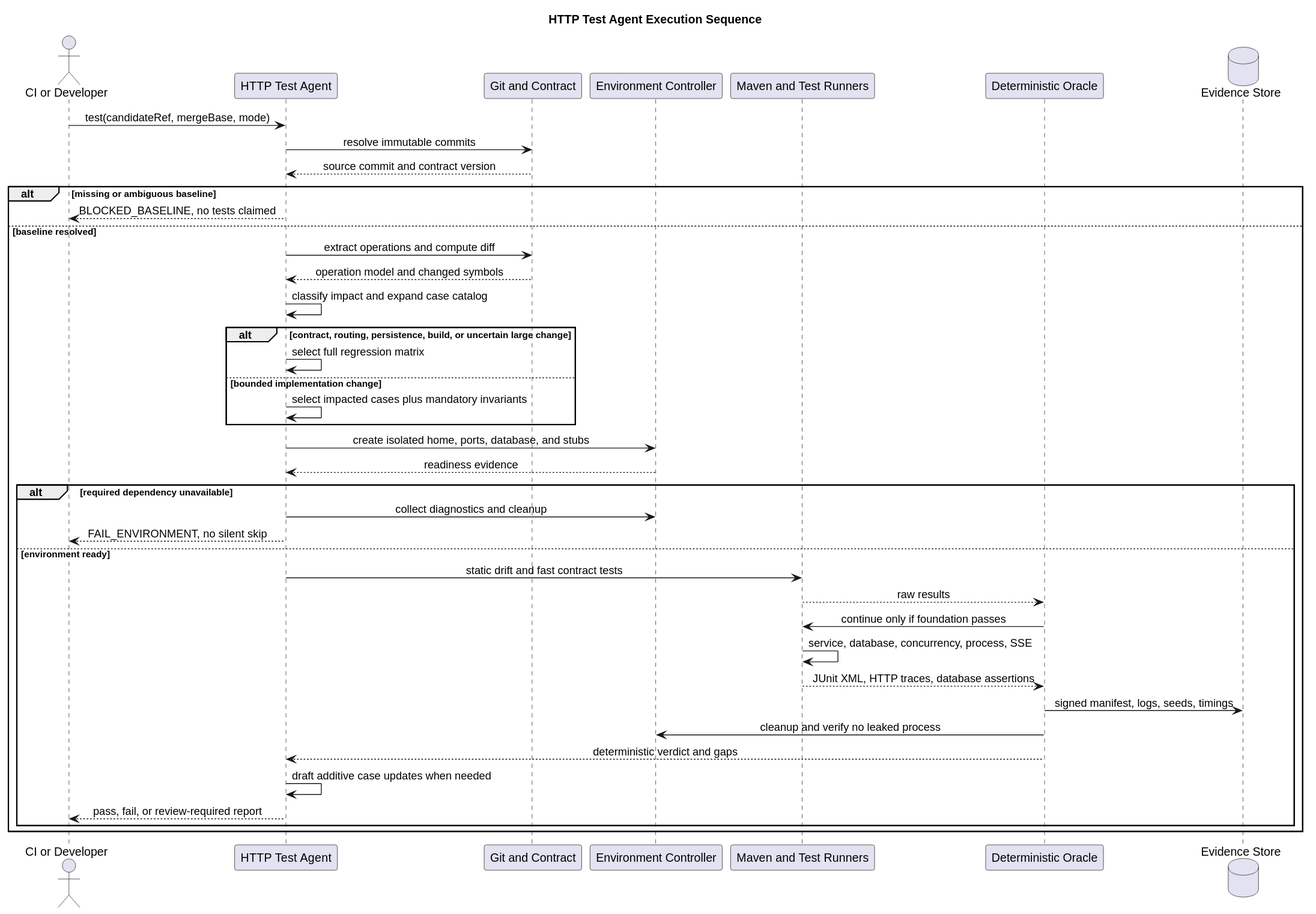
Earlier version of the PlantUML export 02-服务与接口/04-Runtime-HTTP测试Agent/http_test_execution_sequence.svg (ssm0808/pi-mono-java-design).
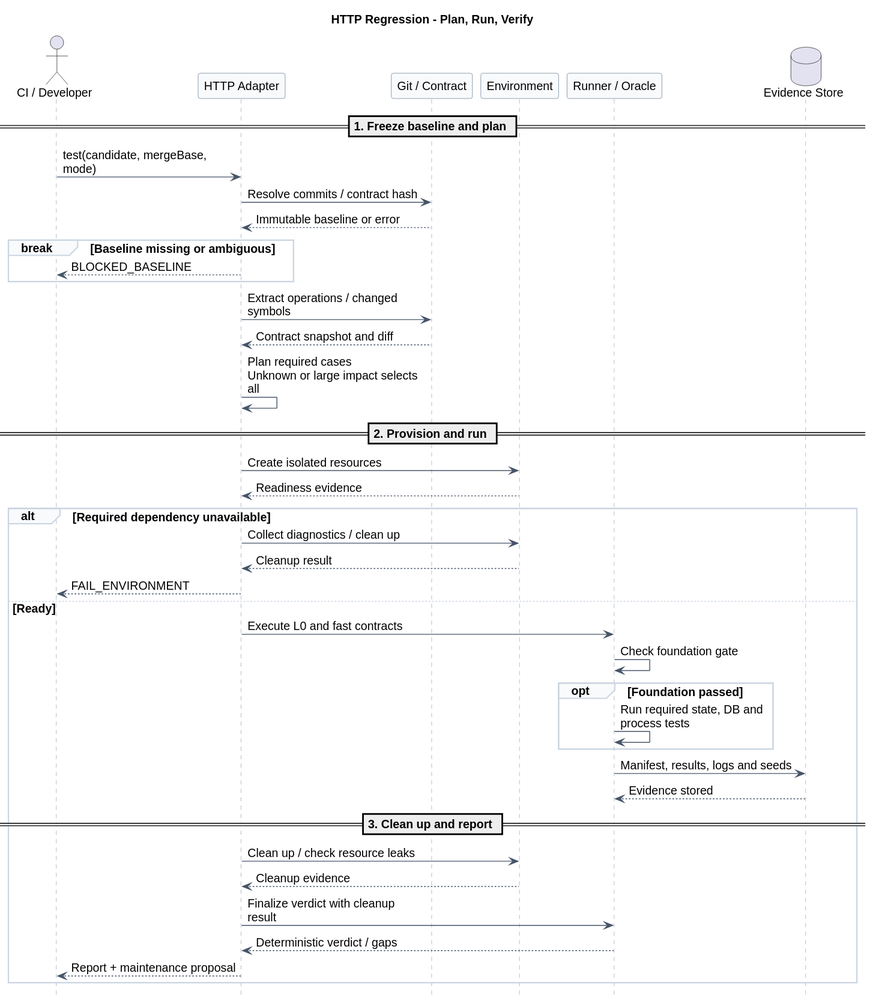
Above is the later version.

The edit, as a diff of the source:
```diff
@@ -1,51 +1,60 @@
 @startuml
-title HTTP Test Agent Execution Sequence
 
+skinparam backgroundColor white
+skinparam shadowing false
+skinparam defaultFontName Arial
+skinparam defaultFontSize 14
+skinparam ArrowColor #475569
+hide footbox
+skinparam maxMessageSize 210
+skinparam sequenceMessageAlign left
+skinparam sequence {
+  ParticipantBackgroundColor #F8FAFC
+  ParticipantBorderColor #64748B
+  LifeLineBorderColor #94A3B8
+  GroupBorderColor #CBD5E1
+  GroupBackgroundColor #F8FAFC
+}
+title HTTP Regression - Plan, Run, Verify
+actor "CI / Developer" as Caller
+participant "HTTP Adapter" as Agent
+participant "Git / Contract" as Source
+participant "Environment" as Env
+participant "Runner / Oracle" as Runner
+database "Evidence Store" as Store
 
-skinparam backgroundColor #FFFFFF
-skinparam shadowing false
-skinparam sequenceMessageAlign center
-skinparam DefaultFontName Arial
+== 1. Freeze baseline and plan ==
+Caller -> Agent : test(candidate, mergeBase, mode)
+Agent -> Source : Resolve commits / contract hash
+Source --> Agent : Immutable baseline or error
+break Baseline missing or ambiguous
+  Agent --> Caller : BLOCKED_BASELINE
+end
+Agent -> Source : Extract operations / changed symbols
+Source --> Agent : Contract snapshot and diff
+Agent -> Agent : Plan required cases\nUnknown or large impact selects all
 
-actor "CI or Developer" as caller
-participant "HTTP Test Agent" as agent
-participant "Git and Contract" as source
-participant "Environment Controller" as env
-participant "Maven and Test Runners" as runner
-participant "Deterministic Oracle" as oracle
-database "Evidence Store" as store
+== 2. Provision and run ==
+Agent -> Env : Create isolated resources
+Env --> Agent : Readiness evidence
+alt Required dependency unavailable
+  Agent -> Env : Collect diagnostics / clean up
+  Env --> Agent : Cleanup result
+  Agent --> Caller : FAIL_ENVIRONMENT
+else Ready
+  Agent -> Runner : Execute L0 and fast contracts
+  Runner -> Runner : Check foundation gate
+  opt Foundation passed
+    Runner -> Runner : Run required state, DB and process tests
+  end
+  Runner -> Store : Manifest, results, logs and seeds
+  Store --> Runner : Evidence stored
 
-caller -> agent : test(candidateRef, mergeBase, mode)
-agent -> source : resolve immutable commits
-source --> agent : source commit and contract version
-
-alt missing or ambiguous baseline
-  agent --> caller : BLOCKED_BASELINE, no tests claimed
-else baseline resolved
-  agent -> source : extract operations and compute diff
-  source --> agent : operation model and changed symbols
-  agent -> agent : classify impact and expand case catalog
-  alt contract, routing, persistence, build, or uncertain large change
-    agent -> agent : select full regression matrix
-  else bounded implementation change
-    agent -> agent : select impacted cases plus mandatory invariants
-  end
-  agent -> env : create isolated home, ports, database, and stubs
-  env --> agent : readiness evidence
-  alt required dependency unavailable
-    agent -> env : collect diagnostics and cleanup
-    agent --> caller : FAIL_ENVIRONMENT, no silent skip
-  else environment ready
-    agent -> runner : static drift and fast contract tests
-    runner --> oracle : raw results
-    oracle -> runner : continue only if foundation passes
-    runner -> runner : service, database, concurrency, process, SSE
-    runner --> oracle : JUnit XML, HTTP traces, database assertions
-    oracle -> store : signed manifest, logs, seeds, timings
-    oracle -> env : cleanup and verify no leaked process
-    oracle --> agent : deterministic verdict and gaps
-    agent -> agent : draft additive case updates when needed
-    agent --> caller : pass, fail, or review-required report
-  end
+  == 3. Clean up and report ==
+  Agent -> Env : Clean up / check resource leaks
+  Env --> Agent : Cleanup evidence
+  Agent -> Runner : Finalize verdict with cleanup result
+  Runner --> Agent : Deterministic verdict / gaps
+  Agent --> Caller : Report + maintenance proposal
 end
 @enduml
```
